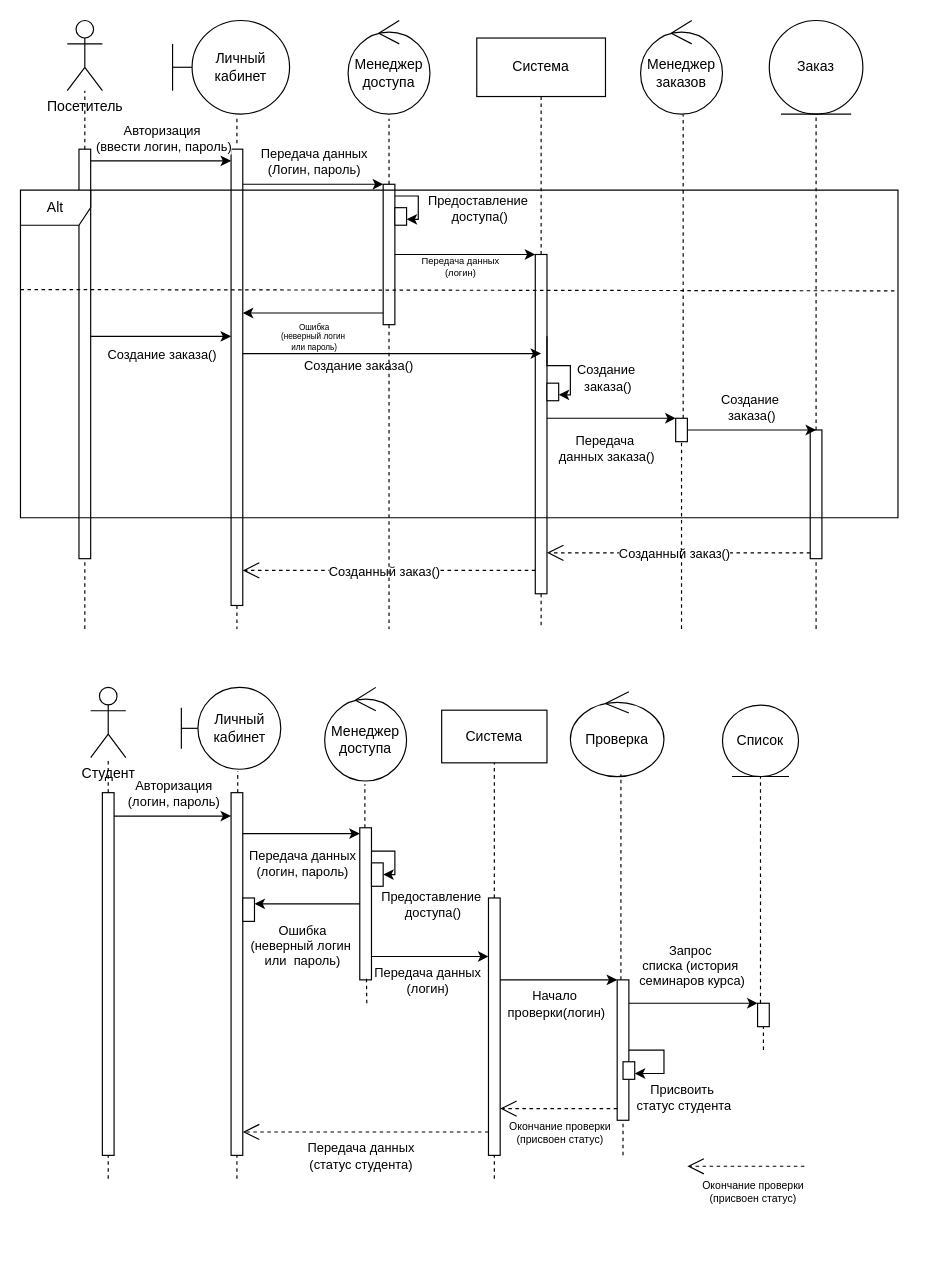
Before: AKMS_4.drawio in mopsin666/AKMS, a draw.io diagram. Source tidied: cells renumbered, new cells numbered last; positions are measured from the earlier drawing's top-left corner, leaving out a move shared by most shapes. Both pictures are drawn from the tidied source at 117%, with x=0, y=0 at pixel (20, 20).
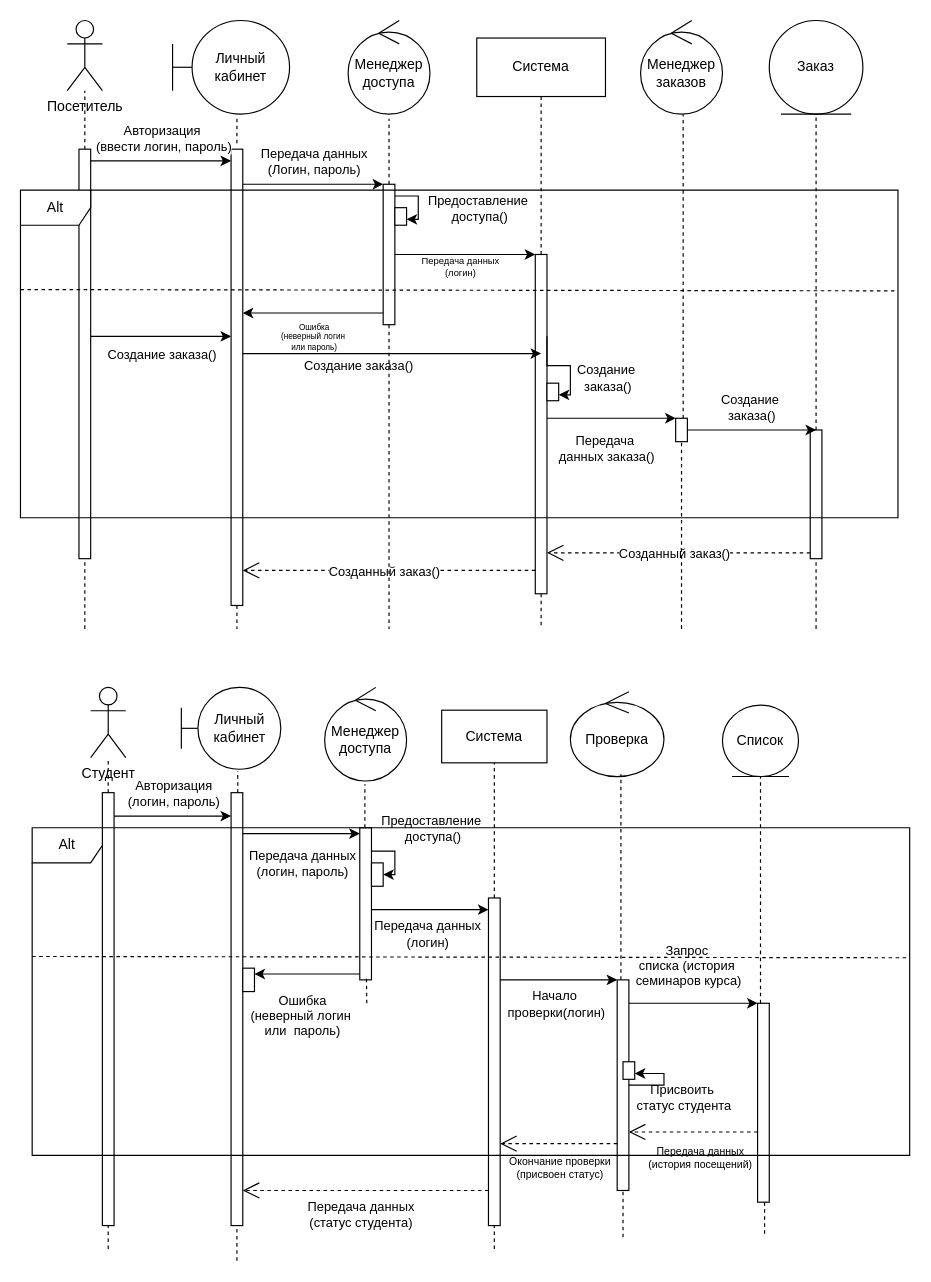
The same page after the edit.

The change refers to these unchanged cells:
```xml
<mxCell id="54" style="edgeStyle=orthogonalEdgeStyle;rounded=0;orthogonalLoop=1;jettySize=auto;html=1;curved=0;" parent="1" edge="1">
  <mxGeometry relative="1" as="geometry">
    <mxPoint x="300" y="710" as="sourcePoint" />
    <mxPoint x="310" y="730" as="targetPoint" />
    <Array as="points">
      <mxPoint x="320" y="710" />
      <mxPoint x="320" y="730" />
    </Array>
  </mxGeometry>
</mxCell>
<mxCell id="85" style="html=1;points=[[0,0,0,0,5],[0,1,0,0,-5],[1,0,0,0,5],[1,1,0,0,-5]];perimeter=orthogonalPerimeter;outlineConnect=0;targetShapes=umlLifeline;portConstraint=eastwest;newEdgeStyle={&quot;curved&quot;:0,&quot;rounded&quot;:0};" parent="1" vertex="1">
  <mxGeometry x="515" y="890" width="10" height="15" as="geometry" />
</mxCell>
```

Change to the diagram source:
```diff
@@
     <mxCell id="43" style="html=1;points=[[0,0,0,0,5],[0,1,0,0,-5],[1,0,0,0,5],[1,1,0,0,-5]];perimeter=orthogonalPerimeter;outlineConnect=0;targetShapes=umlLifeline;portConstraint=eastwest;newEdgeStyle={&quot;curved&quot;:0,&quot;rounded&quot;:0};" parent="1" vertex="1">
-      <mxGeometry x="70" y="660" width="10" height="310" as="geometry" />
+      <mxGeometry x="70" y="660" width="10" height="370" as="geometry" />
     </mxCell>
@@
     <mxCell id="45" style="html=1;points=[[0,0,0,0,5],[0,1,0,0,-5],[1,0,0,0,5],[1,1,0,0,-5]];perimeter=orthogonalPerimeter;outlineConnect=0;targetShapes=umlLifeline;portConstraint=eastwest;newEdgeStyle={&quot;curved&quot;:0,&quot;rounded&quot;:0};" parent="1" vertex="1">
-      <mxGeometry x="180" y="660" width="10" height="310" as="geometry" />
+      <mxGeometry x="180" y="660" width="10" height="370" as="geometry" />
     </mxCell>
@@
     <mxCell id="55" value="Предоставление&lt;div&gt;&amp;nbsp;доступа()&lt;/div&gt;" style="edgeLabel;html=1;align=center;verticalAlign=middle;" parent="54" vertex="1">
       <mxGeometry x="-0.21" y="-1" relative="1" as="geometry">
-        <mxPoint x="31" y="45" as="offset" />
+        <mxPoint x="31" y="-20" as="offset" />
       </mxGeometry>
     </mxCell>
     <mxCell id="56" style="html=1;points=[[0,0,0,0,5],[0,1,0,0,-5],[1,0,0,0,5],[1,1,0,0,-5]];perimeter=orthogonalPerimeter;outlineConnect=0;targetShapes=umlLifeline;portConstraint=eastwest;newEdgeStyle={&quot;curved&quot;:0,&quot;rounded&quot;:0};" parent="1" vertex="1">
-      <mxGeometry x="190" y="750" width="10" height="20" as="geometry" />
+      <mxGeometry x="190" y="810" width="10" height="20" as="geometry" />
     </mxCell>
@@
     <mxCell id="60" style="html=1;points=[[0,0,0,0,5],[0,1,0,0,-5],[1,0,0,0,5],[1,1,0,0,-5]];perimeter=orthogonalPerimeter;outlineConnect=0;targetShapes=umlLifeline;portConstraint=eastwest;newEdgeStyle={&quot;curved&quot;:0,&quot;rounded&quot;:0};" parent="1" vertex="1">
-      <mxGeometry x="510" y="820" width="10" height="120" as="geometry" />
+      <mxGeometry x="510" y="820" width="10" height="180" as="geometry" />
     </mxCell>
@@
     <mxCell id="62" style="html=1;points=[[0,0,0,0,5],[0,1,0,0,-5],[1,0,0,0,5],[1,1,0,0,-5]];perimeter=orthogonalPerimeter;outlineConnect=0;targetShapes=umlLifeline;portConstraint=eastwest;newEdgeStyle={&quot;curved&quot;:0,&quot;rounded&quot;:0};" parent="1" vertex="1">
-      <mxGeometry x="400" y="750" width="10" height="220" as="geometry" />
+      <mxGeometry x="400" y="750" width="10" height="280" as="geometry" />
     </mxCell>
@@
-    <mxCell id="66" style="endArrow=classic;html=1;rounded=0;" parent="1" edge="1" target="62">
+    <mxCell id="66" style="endArrow=classic;html=1;rounded=0;" parent="1" edge="1">
       <mxGeometry relative="1" as="geometry">
-        <mxPoint x="300" y="800" as="sourcePoint" />
+        <mxPoint x="300" y="760" as="sourcePoint" />
+        <mxPoint x="400" y="760" as="targetPoint" />
       </mxGeometry>
     </mxCell>
@@
     <mxCell id="72" style="html=1;points=[[0,0,0,0,5],[0,1,0,0,-5],[1,0,0,0,5],[1,1,0,0,-5]];perimeter=orthogonalPerimeter;outlineConnect=0;targetShapes=umlLifeline;portConstraint=eastwest;newEdgeStyle={&quot;curved&quot;:0,&quot;rounded&quot;:0};" parent="1" vertex="1">
-      <mxGeometry x="630" y="840" width="10" height="20" as="geometry" />
+      <mxGeometry x="630" y="840" width="10" height="170" as="geometry" />
     </mxCell>
@@
-    <mxCell id="74" style="endArrow=none;dashed=1;html=1;rounded=0;" parent="1" edge="1" target="72">
+    <mxCell id="74" style="endArrow=none;dashed=1;html=1;rounded=0;" parent="1" edge="1">
       <mxGeometry relative="1" as="geometry">
-        <mxPoint x="635" y="880" as="sourcePoint" />
+        <mxPoint x="636" y="1010" as="sourcePoint" />
+        <mxPoint x="636" y="1040" as="targetPoint" />
       </mxGeometry>
     </mxCell>
-    <mxCell id="75" style="endArrow=open;dashed=1;endFill=0;endSize=12;html=1;rounded=0;" parent="1" edge="1">
+    <mxCell id="75" style="endArrow=open;dashed=1;endFill=0;endSize=12;html=1;rounded=0;" parent="1" edge="1" target="60">
       <mxGeometry relative="1" as="geometry">
-        <mxPoint x="670" y="979.3" as="sourcePoint" />
-        <mxPoint x="570" y="979.3" as="targetPoint" />
+        <mxPoint x="630" y="950" as="sourcePoint" />
       </mxGeometry>
     </mxCell>
-    <mxCell id="76" value="Окончание проверки&lt;div&gt;(присвоен статус&lt;span style=&quot;background-color: light-dark(#ffffff, var(--ge-dark-color, #121212)); color: light-dark(rgb(0, 0, 0), rgb(255, 255, 255));&quot;&gt;)&lt;/span&gt;&lt;/div&gt;" style="edgeLabel;html=1;align=center;verticalAlign=middle;fontSize=9;" parent="75" vertex="1">
+    <mxCell id="76" value="Передача данных&lt;br&gt;(история посещений)" style="edgeLabel;html=1;align=center;verticalAlign=middle;fontSize=9;" parent="75" vertex="1">
       <mxGeometry x="0.04" relative="1" as="geometry">
         <mxPoint x="7" y="21" as="offset" />
       </mxGeometry>
     </mxCell>
@@
     <mxCell id="80" style="endArrow=none;dashed=1;html=1;rounded=0;" parent="1" edge="1" target="60">
       <mxGeometry relative="1" as="geometry">
-        <mxPoint x="515" y="970" as="sourcePoint" />
+        <mxPoint x="515" y="1040" as="sourcePoint" />
       </mxGeometry>
     </mxCell>
-    <mxCell id="81" style="endArrow=open;dashed=1;endFill=0;endSize=12;html=1;rounded=0;" parent="1" edge="1" target="45">
+    <mxCell id="81" style="endArrow=open;dashed=1;endFill=0;endSize=12;html=1;rounded=0;" parent="1" edge="1">
       <mxGeometry relative="1" as="geometry">
-        <mxPoint x="400" y="950" as="sourcePoint" />
+        <mxPoint x="400" y="1000" as="sourcePoint" />
+        <mxPoint x="190" y="1000" as="targetPoint" />
       </mxGeometry>
     </mxCell>
@@
     <mxCell id="83" style="endArrow=classic;html=1;rounded=0;exitX=1;exitY=0.5;exitDx=0;exitDy=0;exitPerimeter=0;entryX=1;entryY=1;entryDx=0;entryDy=-5;entryPerimeter=0;" parent="1" edge="1" source="60" target="85">
       <mxGeometry relative="1" as="geometry">
         <Array as="points">
-          <mxPoint x="550" y="880" />
+          <mxPoint x="550" y="910" />
           <mxPoint x="550" y="900" />
         </Array>
       </mxGeometry>
     </mxCell>
@@
     <mxCell id="86" style="endArrow=none;dashed=1;html=1;rounded=0;" parent="1" edge="1" target="62">
       <mxGeometry relative="1" as="geometry">
-        <mxPoint x="405" y="990" as="sourcePoint" />
+        <mxPoint x="405" y="1050" as="sourcePoint" />
       </mxGeometry>
     </mxCell>
-    <mxCell id="87" style="endArrow=none;dashed=1;html=1;rounded=0;" parent="1" edge="1">
+    <mxCell id="87" style="endArrow=none;dashed=1;html=1;rounded=0;" parent="1" edge="1" target="45">
       <mxGeometry relative="1" as="geometry">
-        <mxPoint x="185" y="990" as="sourcePoint" />
-        <mxPoint x="185" y="970" as="targetPoint" />
+        <mxPoint x="185" y="1060" as="sourcePoint" />
       </mxGeometry>
     </mxCell>
-    <mxCell id="88" style="endArrow=none;dashed=1;html=1;rounded=0;" parent="1" edge="1">
+    <mxCell id="88" style="endArrow=none;dashed=1;html=1;rounded=0;" parent="1" edge="1" target="43">
       <mxGeometry relative="1" as="geometry">
-        <mxPoint x="75" y="990" as="sourcePoint" />
-        <mxPoint x="75" y="970" as="targetPoint" />
+        <mxPoint x="75" y="1050" as="sourcePoint" />
       </mxGeometry>
     </mxCell>
@@
     <mxCell id="101" style="endArrow=open;dashed=1;endFill=0;endSize=12;html=1;rounded=0;" parent="1" edge="1">
       <mxGeometry relative="1" as="geometry">
-        <mxPoint x="510" y="930" as="sourcePoint" />
-        <mxPoint x="410" y="930" as="targetPoint" />
+        <mxPoint x="510" y="960" as="sourcePoint" />
+        <mxPoint x="410" y="960" as="targetPoint" />
       </mxGeometry>
     </mxCell>
@@
+    <mxCell id="103" value="Alt" style="shape=umlFrame;whiteSpace=wrap;html=1;" parent="1" vertex="1">
+      <mxGeometry x="10" y="690" width="750" height="280" as="geometry" />
+    </mxCell>
+    <mxCell id="104" style="endArrow=none;dashed=1;html=1;rounded=0;exitX=0.001;exitY=0.26;exitDx=0;exitDy=0;exitPerimeter=0;entryX=1.001;entryY=0.264;entryDx=0;entryDy=0;entryPerimeter=0;" parent="1" edge="1">
+      <mxGeometry relative="1" as="geometry">
+        <mxPoint x="10" y="800" as="sourcePoint" />
+        <mxPoint x="760" y="801.1" as="targetPoint" />
+      </mxGeometry>
+    </mxCell>
```
